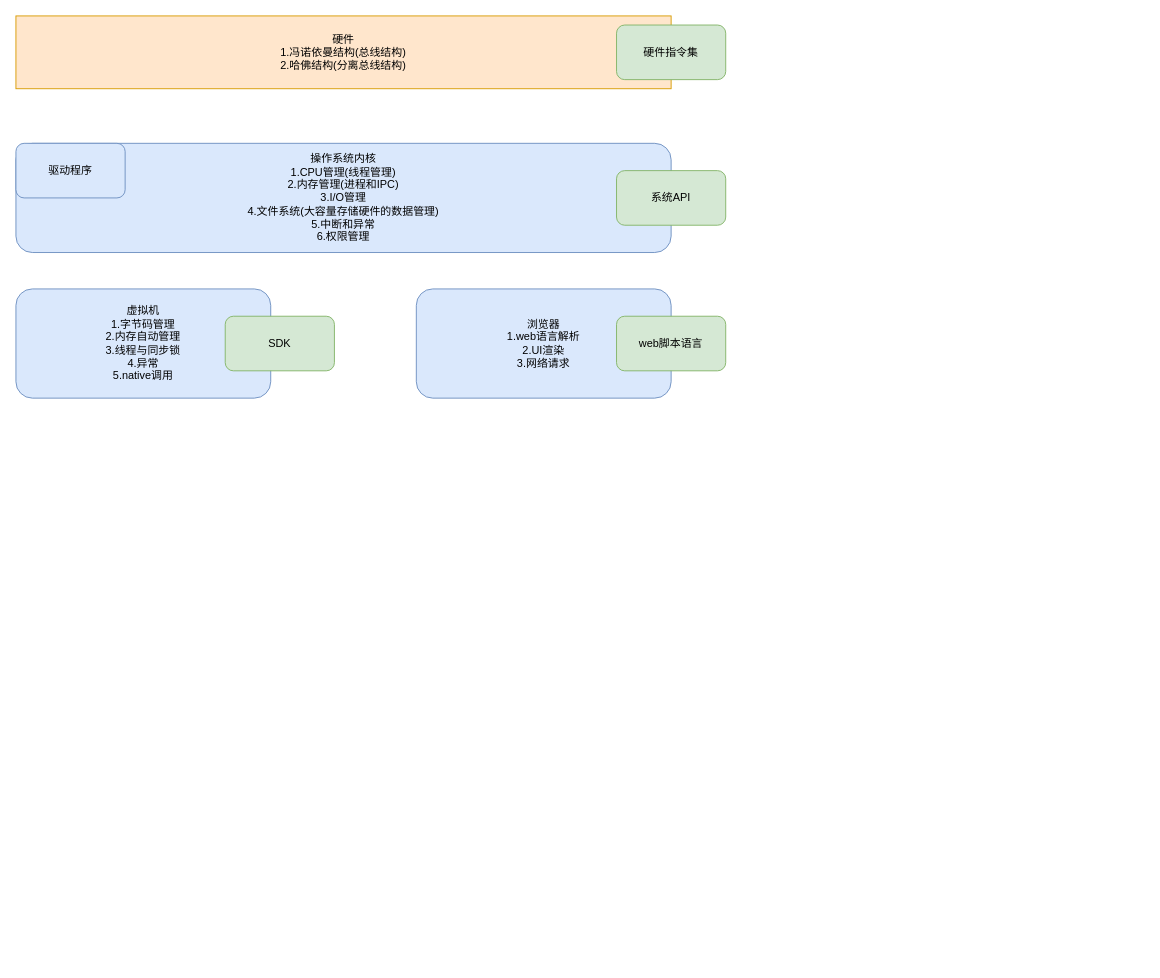
Earlier version of the draw.io diagram page "软件语义" (4 of 6) of base_model/实体和语言.drawio (cyxm/CodeGenerator). Source tidied: cells renumbered, new cells numbered last; positions are measured from the earlier drawing's top-left corner, leaving out a move shared by most shapes. Both pictures are drawn from the tidied source at 91%, with x=0, y=0 at pixel (15, 15).
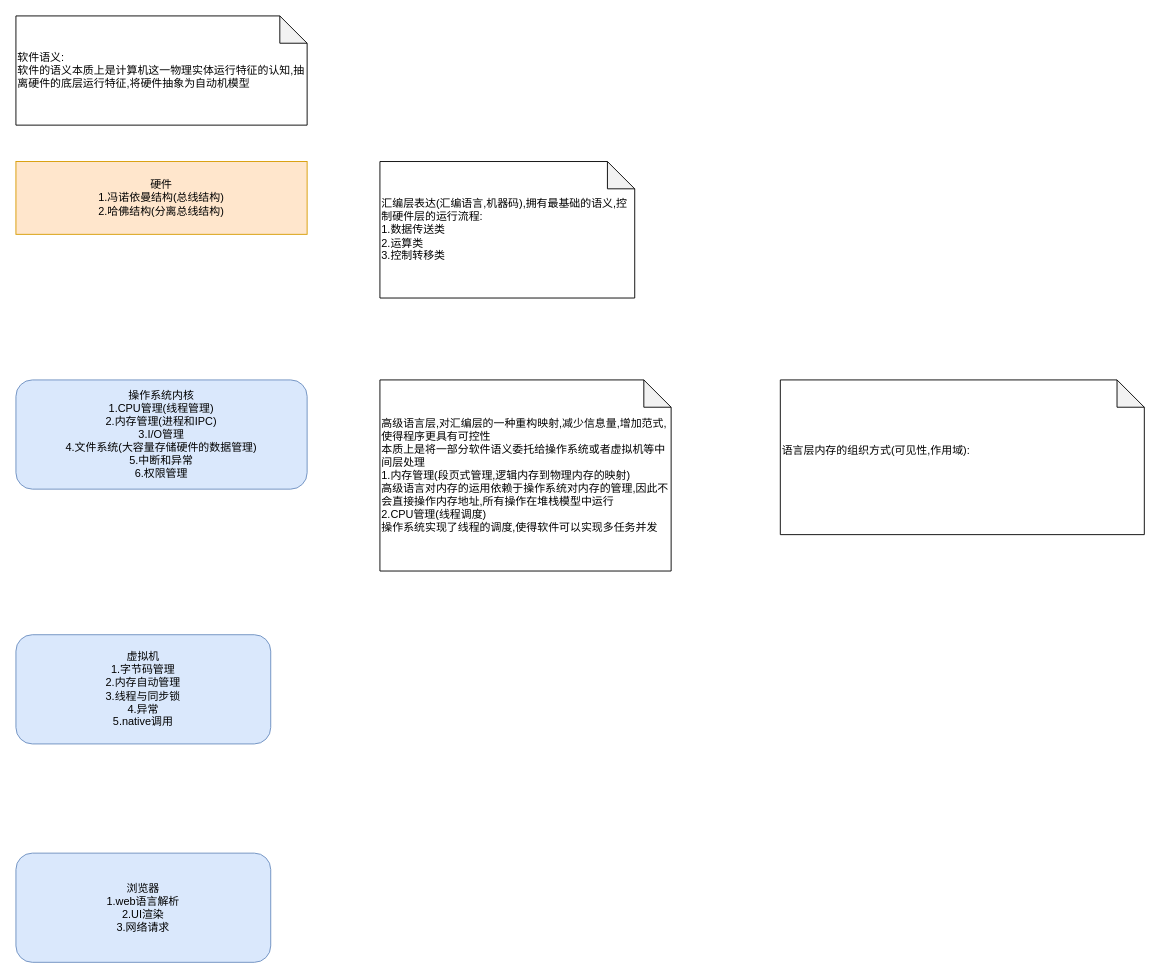
The same page after the edit.

Commit message:
更新实体和语言.drawio

Diff of the diagram source:
```diff
@@
 <mxGraphModel>
   <root>
     <mxCell id="0" />
     <mxCell id="1" parent="0" />
     <mxCell id="2" value="&lt;div&gt;硬件&lt;/div&gt;&lt;div&gt;1.冯诺依曼结构(总线结构)&lt;/div&gt;&lt;div&gt;2.哈佛结构(分离总线结构)&lt;/div&gt;" style="rounded=0;whiteSpace=wrap;html=1;fillColor=#ffe6cc;strokeColor=#d79b00;" parent="1" vertex="1">
-      <mxGeometry width="720" height="80" as="geometry" />
+      <mxGeometry y="160" width="320" height="80" as="geometry" />
     </mxCell>
     <mxCell id="3" value="&lt;div&gt;操作系统内核&lt;/div&gt;&lt;div&gt;1.CPU管理(线程管理)&lt;/div&gt;&lt;div&gt;2.内存管理(进程和IPC)&lt;/div&gt;&lt;div&gt;3.I/O管理&lt;/div&gt;&lt;div&gt;4.文件系统(大容量存储硬件的数据管理)&lt;/div&gt;&lt;div&gt;5.中断和异常&lt;/div&gt;&lt;div&gt;6.权限管理&lt;/div&gt;" style="rounded=1;whiteSpace=wrap;html=1;fillColor=#dae8fc;strokeColor=#6c8ebf;" parent="1" vertex="1">
-      <mxGeometry y="140" width="720" height="120" as="geometry" />
+      <mxGeometry y="400" width="320" height="120" as="geometry" />
     </mxCell>
-    <mxCell id="4" value="驱动程序" style="rounded=1;whiteSpace=wrap;html=1;fillColor=#dae8fc;strokeColor=#6c8ebf;" parent="1" vertex="1">
-      <mxGeometry y="140" width="120" height="60" as="geometry" />
-    </mxCell>
-    <mxCell id="5" value="硬件指令集" style="rounded=1;whiteSpace=wrap;html=1;fillColor=#d5e8d4;strokeColor=#82b366;" parent="1" vertex="1">
-      <mxGeometry x="660" y="10" width="120" height="60" as="geometry" />
-    </mxCell>
     <mxCell id="6" value="&lt;div&gt;虚拟机&lt;/div&gt;&lt;div&gt;1.字节码管理&lt;/div&gt;&lt;div&gt;2.内存自动管理&lt;/div&gt;&lt;div&gt;3.线程与同步锁&lt;/div&gt;&lt;div&gt;4.异常&lt;/div&gt;&lt;div&gt;5.native调用&lt;/div&gt;" style="rounded=1;whiteSpace=wrap;html=1;fillColor=#dae8fc;strokeColor=#6c8ebf;" parent="1" vertex="1">
-      <mxGeometry y="300" width="280" height="120" as="geometry" />
+      <mxGeometry y="680" width="280" height="120" as="geometry" />
     </mxCell>
     <mxCell id="7" value="&lt;div&gt;浏览器&lt;/div&gt;&lt;div&gt;1.web语言解析&lt;/div&gt;&lt;div&gt;2.UI渲染&lt;/div&gt;&lt;div&gt;3.网络请求&lt;/div&gt;" style="rounded=1;whiteSpace=wrap;html=1;fillColor=#dae8fc;strokeColor=#6c8ebf;" parent="1" vertex="1">
-      <mxGeometry x="440" y="300" width="280" height="120" as="geometry" />
+      <mxGeometry y="920" width="280" height="120" as="geometry" />
     </mxCell>
-    <mxCell id="8" value="SDK" style="rounded=1;whiteSpace=wrap;html=1;fillColor=#d5e8d4;strokeColor=#82b366;" parent="1" vertex="1">
-      <mxGeometry x="230" y="330" width="120" height="60" as="geometry" />
-    </mxCell>
-    <mxCell id="9" value="web脚本语言" style="rounded=1;whiteSpace=wrap;html=1;fillColor=#d5e8d4;strokeColor=#82b366;" parent="1" vertex="1">
-      <mxGeometry x="660" y="330" width="120" height="60" as="geometry" />
-    </mxCell>
-    <mxCell id="10" value="系统API" style="rounded=1;whiteSpace=wrap;html=1;fillColor=#d5e8d4;strokeColor=#82b366;" parent="1" vertex="1">
-      <mxGeometry x="660" y="170" width="120" height="60" as="geometry" />
-    </mxCell>
+    <mxCell id="11" value="&lt;div&gt;汇编层表达(汇编语言,机器码),拥有最基础的语义,控制硬件层的运行流程:&lt;/div&gt;&lt;div&gt;1.数据传送类&lt;/div&gt;&lt;div&gt;2.运算类&lt;/div&gt;&lt;div&gt;3.控制转移类&lt;/div&gt;" style="shape=note;whiteSpace=wrap;html=1;backgroundOutline=1;darkOpacity=0.05;align=left;" parent="1" vertex="1">
+      <mxGeometry x="400" y="160" width="280" height="150" as="geometry" />
+    </mxCell>
+    <mxCell id="12" value="&lt;div&gt;高级语言层,对汇编层的一种重构映射,减少信息量,增加范式,使得程序更具有可控性&lt;/div&gt;&lt;div&gt;本质上是将一部分软件语义委托给操作系统或者虚拟机等中间层处理&lt;/div&gt;&lt;div&gt;1.内存管理(段页式管理,逻辑内存到物理内存的映射)&lt;/div&gt;&lt;div&gt;高级语言对内存的运用依赖于操作系统对内存的管理,因此不会直接操作内存地址,所有操作在堆栈模型中运行&lt;/div&gt;&lt;div&gt;2.CPU管理(线程调度)&lt;/div&gt;&lt;div&gt;操作系统实现了线程的调度,使得软件可以实现多任务并发&lt;/div&gt;" style="shape=note;whiteSpace=wrap;html=1;backgroundOutline=1;darkOpacity=0.05;align=left;" parent="1" vertex="1">
+      <mxGeometry x="400" y="400" width="320" height="210" as="geometry" />
+    </mxCell>
+    <mxCell id="13" value="&lt;div&gt;软件语义:&lt;/div&gt;&lt;div&gt;软件的语义本质上是计算机这一物理实体运行特征的认知,抽离硬件的底层运行特征,将硬件抽象为自动机模型&lt;/div&gt;" style="shape=note;whiteSpace=wrap;html=1;backgroundOutline=1;darkOpacity=0.05;align=left;" parent="1" vertex="1">
+      <mxGeometry width="320" height="120" as="geometry" />
+    </mxCell>
+    <mxCell id="14" value="&lt;div&gt;语言层内存的组织方式(可见性,作用域):&lt;/div&gt;&lt;div&gt;&lt;br&gt;&lt;/div&gt;" style="shape=note;whiteSpace=wrap;html=1;backgroundOutline=1;darkOpacity=0.05;align=left;" parent="1" vertex="1">
+      <mxGeometry x="840" y="400" width="400" height="170" as="geometry" />
+    </mxCell>
   </root>
 </mxGraphModel>
```
